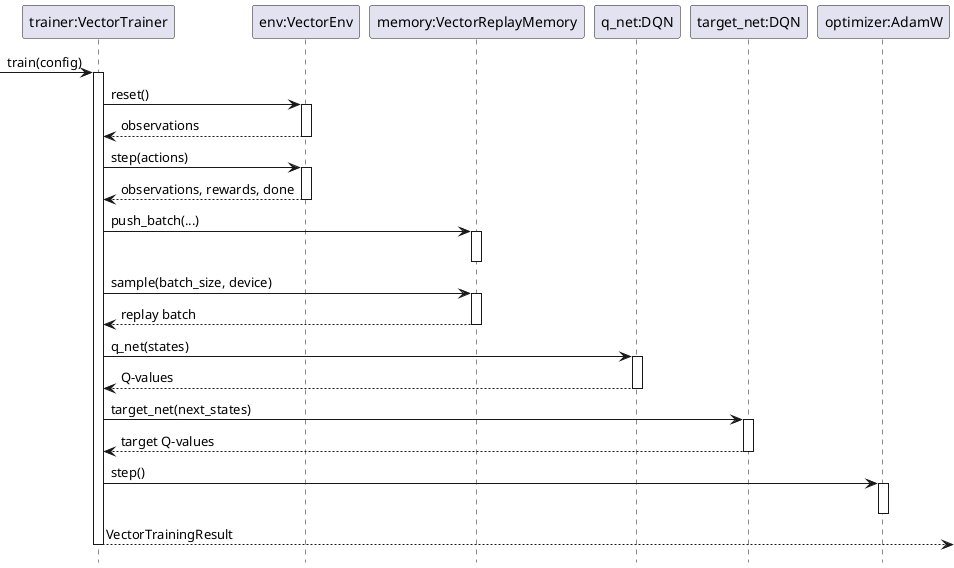
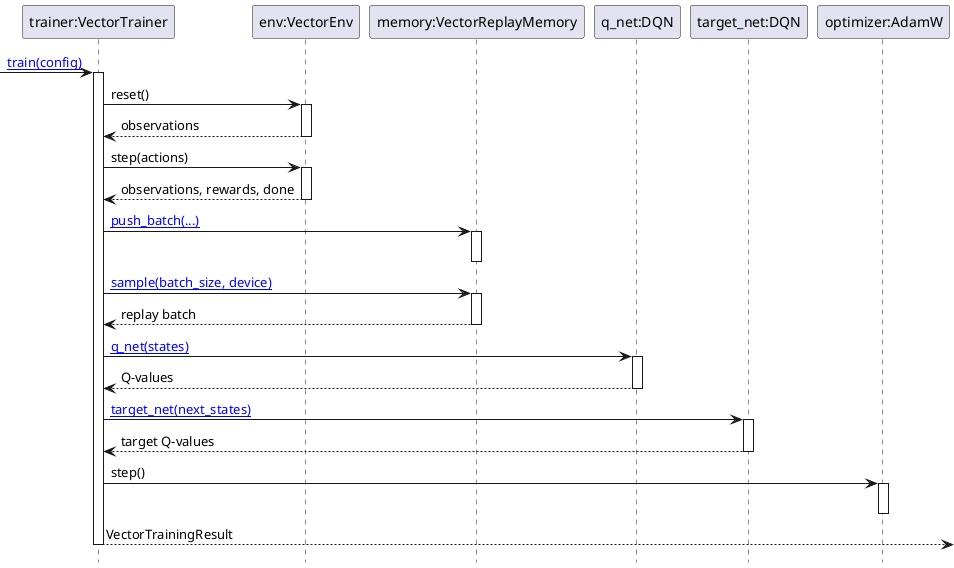
@startuml

hide footbox

participant "trainer:VectorTrainer" as trainer
participant "env:VectorEnv" as env
participant "memory:VectorReplayMemory" as memory
participant "q_net:DQN" as q_net
participant "target_net:DQN" as target_net
participant "optimizer:AdamW" as optimizer

- [-> trainer : train(config)
+ url of trainer is [[vscode://file/C:/Users/mwehle/Documents/_P/KI/rl_lab/dqn/src/dqn/vector_training.py:112:1]]
+ url of memory is [[vscode://file/C:/Users/mwehle/Documents/_P/KI/rl_lab/dqn/src/dqn/vector_training.py:48:1]]
+ url of q_net is [[vscode://file/C:/Users/mwehle/Documents/_P/KI/rl_lab/dqn/src/dqn/model.py:8:1]]
+ url of target_net is [[vscode://file/C:/Users/mwehle/Documents/_P/KI/rl_lab/dqn/src/dqn/model.py:8:1]]
+ 
+ [-> trainer : [[vscode://file/C:/Users/mwehle/Documents/_P/KI/rl_lab/dqn/src/dqn/vector_training.py:163:1 train(config)]]
activate trainer

trainer -> env : reset()
activate env
env --> trainer : observations
deactivate env

trainer -> env : step(actions)
activate env
env --> trainer : observations, rewards, done
deactivate env

- trainer -> memory : push_batch(...)
+ trainer -> memory : [[vscode://file/C:/Users/mwehle/Documents/_P/KI/rl_lab/dqn/src/dqn/vector_training.py:67:1 push_batch(...)]]
activate memory
deactivate memory

- trainer -> memory : sample(batch_size, device)
+ trainer -> memory : [[vscode://file/C:/Users/mwehle/Documents/_P/KI/rl_lab/dqn/src/dqn/vector_training.py:97:1 sample(batch_size, device)]]
activate memory
memory --> trainer : replay batch
deactivate memory

- trainer -> q_net : q_net(states)
+ trainer -> q_net : [[vscode://file/C:/Users/mwehle/Documents/_P/KI/rl_lab/dqn/src/dqn/model.py:15:1 q_net(states)]]
activate q_net
q_net --> trainer : Q-values
deactivate q_net

- trainer -> target_net : target_net(next_states)
+ trainer -> target_net : [[vscode://file/C:/Users/mwehle/Documents/_P/KI/rl_lab/dqn/src/dqn/model.py:15:1 target_net(next_states)]]
activate target_net
target_net --> trainer : target Q-values
deactivate target_net

trainer -> optimizer : step()
activate optimizer
deactivate optimizer

trainer -->] : VectorTrainingResult
deactivate trainer

@enduml
